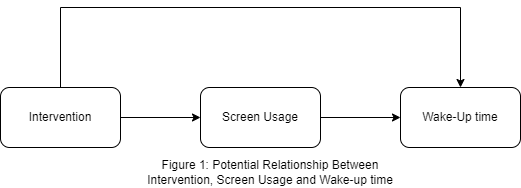
Before: Results/Mediation Effect.drawio.png, a diagram exported from draw.io (xuetao666/620_Project2). Source tidied: cells renumbered, new cells last; positions are measured from the earlier drawing's top-left corner, leaving out a move shared by most shapes.
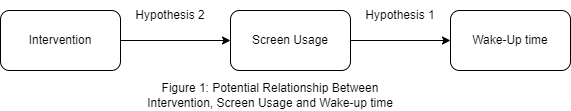
After the change.

What changed in the source:
```diff
@@ -12,21 +12,19 @@
       <mxGeometry relative="1" as="geometry" />
     </mxCell>
     <mxCell id="5" value="Screen Usage" style="rounded=1;whiteSpace=wrap;html=1;" parent="1" vertex="1">
-      <mxGeometry x="200" y="80" width="120" height="60" as="geometry" />
+      <mxGeometry x="230" y="80" width="120" height="60" as="geometry" />
     </mxCell>
     <mxCell id="6" value="Wake-Up time" style="rounded=1;whiteSpace=wrap;html=1;" parent="1" vertex="1">
-      <mxGeometry x="400" y="80" width="120" height="60" as="geometry" />
+      <mxGeometry x="450" y="80" width="120" height="60" as="geometry" />
     </mxCell>
-    <mxCell id="7" style="endArrow=classic;html=1;rounded=0;exitX=0.5;exitY=0;exitDx=0;exitDy=0;entryX=0.5;entryY=0;entryDx=0;entryDy=0;" parent="1" edge="1" source="3" target="6">
-      <mxGeometry relative="1" as="geometry">
-        <Array as="points">
-          <mxPoint x="60" />
-          <mxPoint x="460" />
-        </Array>
-      </mxGeometry>
-    </mxCell>
     <mxCell id="8" value="Figure 1: Potential Relationship Between Intervention, Screen Usage and Wake-up time" style="text;html=1;strokeColor=none;fillColor=none;align=center;verticalAlign=middle;whiteSpace=wrap;rounded=0;" parent="1" vertex="1">
       <mxGeometry x="130" y="150" width="280" height="30" as="geometry" />
     </mxCell>
+    <mxCell id="9" value="Hypothesis 1" style="text;html=1;strokeColor=none;fillColor=none;align=center;verticalAlign=middle;whiteSpace=wrap;rounded=0;" parent="1" vertex="1">
+      <mxGeometry x="360" y="70" width="80" height="30" as="geometry" />
+    </mxCell>
+    <mxCell id="10" value="Hypothesis 2" style="text;html=1;strokeColor=none;fillColor=none;align=center;verticalAlign=middle;whiteSpace=wrap;rounded=0;" parent="1" vertex="1">
+      <mxGeometry x="130" y="70" width="80" height="30" as="geometry" />
+    </mxCell>
   </root>
 </mxGraphModel>
```
